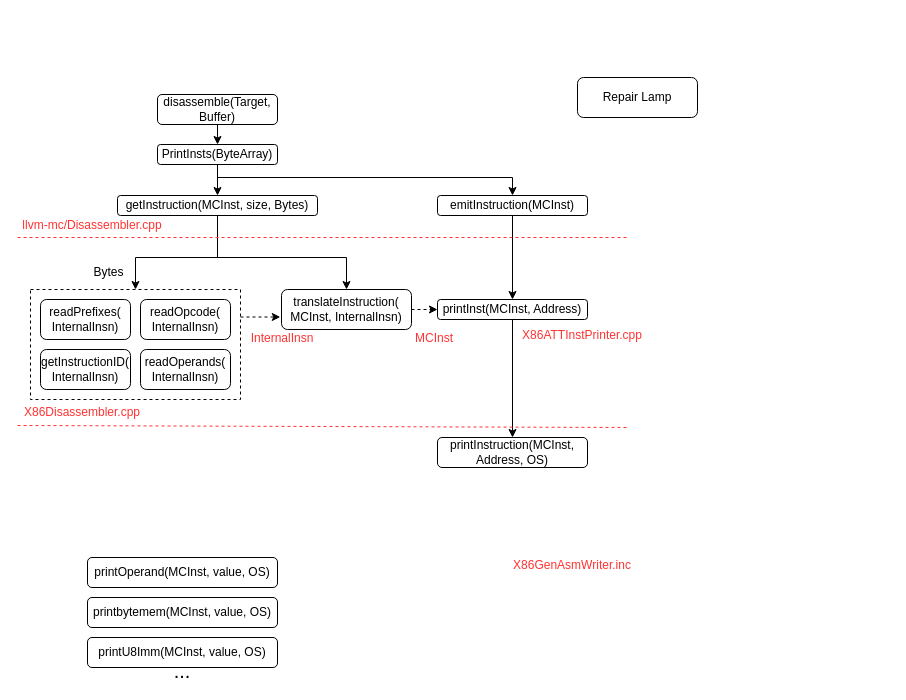
The draw.io diagram llvm-mc 反汇编流程.drawio in liyp1120/draw.io, before the edit. Source tidied: cells renumbered, new cells numbered last; positions are measured from the earlier drawing's top-left corner, leaving out a move shared by most shapes. Both pictures are drawn from the tidied source at 100%, with x=0, y=0 at pixel (17, 77).
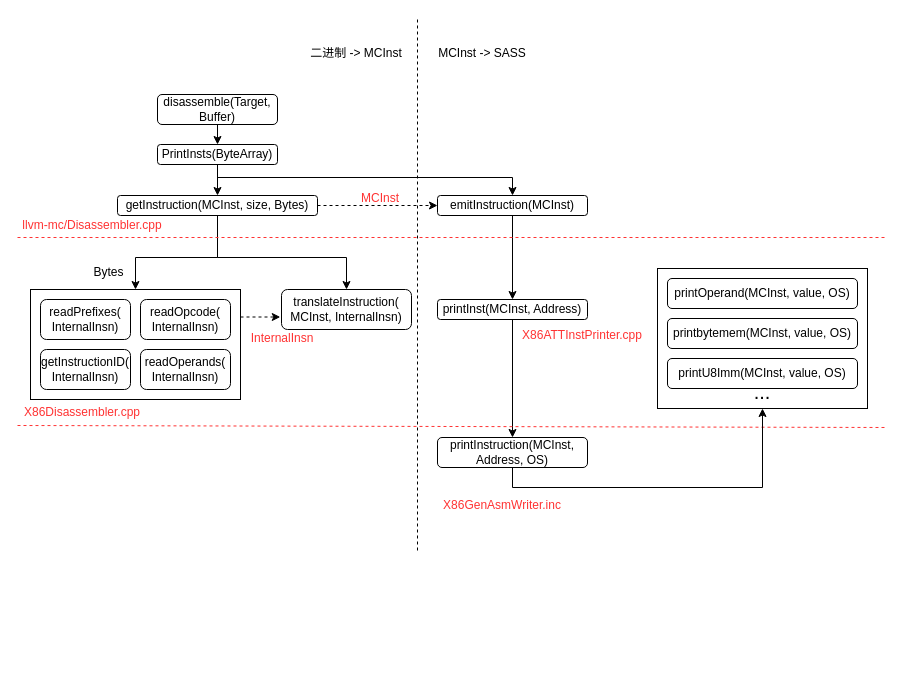
The same diagram, later.

Commit message:
更新llvm-mc 反汇编流程.drawio

The change refers to these unchanged cells:
```xml
<mxCell id="9" value="getInstruction(MCInst, size, Bytes)" style="rounded=1;whiteSpace=wrap;html=1;fontSize=12;glass=0;strokeWidth=1;shadow=0;" parent="1" vertex="1">
  <mxGeometry x="100" y="118" width="200" height="20" as="geometry" />
</mxCell>
<mxCell id="11" value="translateInstruction(&lt;br&gt;MCInst, InternalInsn)" style="rounded=1;whiteSpace=wrap;html=1;fontSize=12;glass=0;strokeWidth=1;shadow=0;" parent="1" vertex="1">
  <mxGeometry x="264" y="212" width="130" height="40" as="geometry" />
</mxCell>
<mxCell id="13" value="printInst(MCInst, Address)" style="rounded=1;whiteSpace=wrap;html=1;fontSize=12;glass=0;strokeWidth=1;shadow=0;" parent="1" vertex="1">
  <mxGeometry x="420" y="222" width="150" height="20" as="geometry" />
</mxCell>
<mxCell id="16" value="emitInstruction(MCInst)" style="rounded=1;whiteSpace=wrap;html=1;fontSize=12;glass=0;strokeWidth=1;shadow=0;" parent="1" vertex="1">
  <mxGeometry x="420" y="118" width="150" height="20" as="geometry" />
</mxCell>
<mxCell id="31" value="printInstruction(MCInst, Address, OS)" style="rounded=1;whiteSpace=wrap;html=1;fontSize=12;glass=0;strokeWidth=1;shadow=0;" parent="1" vertex="1">
  <mxGeometry x="420" y="360" width="150" height="30" as="geometry" />
</mxCell>
```

Diff of the diagram source:
```diff
@@
+    <mxCell id="38" style="edgeStyle=orthogonalEdgeStyle;rounded=0;jettySize=auto;html=1;exitX=1;exitY=0.5;exitDx=0;exitDy=0;entryX=0;entryY=0.5;entryDx=0;entryDy=0;dashed=1;" parent="1" edge="1" source="9" target="16">
+      <mxGeometry relative="1" as="geometry" />
+    </mxCell>
@@
-    <mxCell id="10" style="edgeStyle=orthogonalEdgeStyle;rounded=0;jettySize=auto;html=1;exitX=1;exitY=0.5;exitDx=0;exitDy=0;entryX=0;entryY=0.5;entryDx=0;entryDy=0;dashed=1;" parent="1" edge="1" source="11" target="13">
-      <mxGeometry relative="1" as="geometry" />
-    </mxCell>
@@
-    <mxCell id="14" value="Repair Lamp" style="rounded=1;whiteSpace=wrap;html=1;fontSize=12;glass=0;strokeWidth=1;shadow=0;" parent="1" vertex="1">
-      <mxGeometry x="560" width="120" height="40" as="geometry" />
-    </mxCell>
@@
     <mxCell id="17" style="endArrow=none;dashed=1;html=1;rounded=0;strokeColor=#FF3333;" parent="1" edge="1">
       <mxGeometry relative="1" as="geometry">
         <mxPoint y="160" as="sourcePoint" />
-        <mxPoint x="610" y="160" as="targetPoint" />
+        <mxPoint x="870" y="160" as="targetPoint" />
       </mxGeometry>
     </mxCell>
@@
-    <mxCell id="19" style="group;" parent="1" vertex="1">
+    <mxCell id="19" style="group;strokeColor=default;" parent="1" vertex="1">
       <mxGeometry x="13" y="212" width="210" height="110" as="geometry" />
     </mxCell>
@@
     <mxCell id="28" style="endArrow=none;dashed=1;html=1;rounded=0;strokeColor=#FF3333;" parent="1" edge="1">
       <mxGeometry relative="1" as="geometry">
         <mxPoint y="348" as="sourcePoint" />
-        <mxPoint x="610" y="350" as="targetPoint" />
+        <mxPoint x="870" y="350" as="targetPoint" />
       </mxGeometry>
     </mxCell>
@@
+    <mxCell id="39" style="edgeStyle=orthogonalEdgeStyle;rounded=0;jettySize=auto;html=1;exitX=0.5;exitY=1;exitDx=0;exitDy=0;entryX=0.5;entryY=1;entryDx=0;entryDy=0;" parent="1" edge="1" source="31" target="41">
+      <mxGeometry relative="1" as="geometry" />
+    </mxCell>
@@
     <mxCell id="32" value="&lt;font color=&quot;#ff3333&quot;&gt;MCInst&lt;/font&gt;" style="text;html=1;strokeColor=none;fillColor=none;align=center;verticalAlign=middle;whiteSpace=wrap;rounded=0;" parent="1" vertex="1">
-      <mxGeometry x="394" y="250" width="46" height="22" as="geometry" />
+      <mxGeometry x="340" y="110" width="46" height="22" as="geometry" />
     </mxCell>
     <mxCell id="33" value="&lt;font color=&quot;#ff3333&quot;&gt;X86GenAsmWriter.inc&lt;/font&gt;" style="text;html=1;strokeColor=none;fillColor=none;align=center;verticalAlign=middle;whiteSpace=wrap;rounded=0;" parent="1" vertex="1">
-      <mxGeometry x="490" y="480" width="130" height="15" as="geometry" />
+      <mxGeometry x="420" y="420" width="130" height="15" as="geometry" />
     </mxCell>
+    <mxCell id="40" style="group;" parent="1" vertex="1">
+      <mxGeometry x="640" y="191" width="210" height="140" as="geometry" />
+    </mxCell>
-    <mxCell id="34" value="printOperand(MCInst, value, OS)" style="rounded=1;whiteSpace=wrap;html=1;fontSize=12;glass=0;strokeWidth=1;shadow=0;" parent="1" vertex="1">
-      <mxGeometry x="70" y="480" width="190" height="30" as="geometry" />
+    <mxCell id="34" value="printOperand(MCInst, value, OS)" style="rounded=1;whiteSpace=wrap;html=1;fontSize=12;glass=0;strokeWidth=1;shadow=0;" parent="40" vertex="1">
+      <mxGeometry x="10" y="10" width="190" height="30" as="geometry" />
     </mxCell>
-    <mxCell id="35" value="printbytemem(MCInst, value, OS)" style="rounded=1;whiteSpace=wrap;html=1;fontSize=12;glass=0;strokeWidth=1;shadow=0;" parent="1" vertex="1">
-      <mxGeometry x="70" y="520" width="190" height="30" as="geometry" />
+    <mxCell id="35" value="printbytemem(MCInst, value, OS)" style="rounded=1;whiteSpace=wrap;html=1;fontSize=12;glass=0;strokeWidth=1;shadow=0;" parent="40" vertex="1">
+      <mxGeometry x="10" y="50" width="190" height="30" as="geometry" />
     </mxCell>
-    <mxCell id="36" value="printU8Imm(MCInst, value, OS)" style="rounded=1;whiteSpace=wrap;html=1;fontSize=12;glass=0;strokeWidth=1;shadow=0;" parent="1" vertex="1">
-      <mxGeometry x="70" y="560" width="190" height="30" as="geometry" />
+    <mxCell id="36" value="printU8Imm(MCInst, value, OS)" style="rounded=1;whiteSpace=wrap;html=1;fontSize=12;glass=0;strokeWidth=1;shadow=0;" parent="40" vertex="1">
+      <mxGeometry x="10" y="90" width="190" height="30" as="geometry" />
     </mxCell>
-    <mxCell id="37" value="&lt;font style=&quot;font-size: 20px;&quot;&gt;...&lt;/font&gt;" style="text;html=1;strokeColor=none;fillColor=none;align=center;verticalAlign=middle;whiteSpace=wrap;rounded=0;" parent="1" vertex="1">
-      <mxGeometry x="150" y="583" width="30" height="20" as="geometry" />
+    <mxCell id="37" value="&lt;font style=&quot;font-size: 20px;&quot;&gt;...&lt;/font&gt;" style="text;html=1;strokeColor=none;fillColor=none;align=center;verticalAlign=middle;whiteSpace=wrap;rounded=0;" parent="40" vertex="1">
+      <mxGeometry x="90" y="113" width="30" height="20" as="geometry" />
     </mxCell>
+    <mxCell id="41" style="rounded=0;whiteSpace=wrap;html=1;fillColor=none;" parent="40" vertex="1">
+      <mxGeometry width="210" height="140" as="geometry" />
+    </mxCell>
+    <mxCell id="42" style="endArrow=none;dashed=1;html=1;rounded=0;" parent="1" edge="1">
+      <mxGeometry relative="1" as="geometry">
+        <mxPoint x="400" y="473" as="sourcePoint" />
+        <mxPoint x="400" y="-60" as="targetPoint" />
+      </mxGeometry>
+    </mxCell>
+    <mxCell id="43" value="二进制 -&amp;gt; MCInst" style="text;html=1;strokeColor=none;fillColor=none;align=center;verticalAlign=middle;whiteSpace=wrap;rounded=0;" parent="1" vertex="1">
+      <mxGeometry x="284" y="-39" width="110" height="30" as="geometry" />
+    </mxCell>
+    <mxCell id="44" value="MCInst -&amp;gt; SASS" style="text;html=1;strokeColor=none;fillColor=none;align=center;verticalAlign=middle;whiteSpace=wrap;rounded=0;" parent="1" vertex="1">
+      <mxGeometry x="410" y="-39" width="110" height="30" as="geometry" />
+    </mxCell>
```
